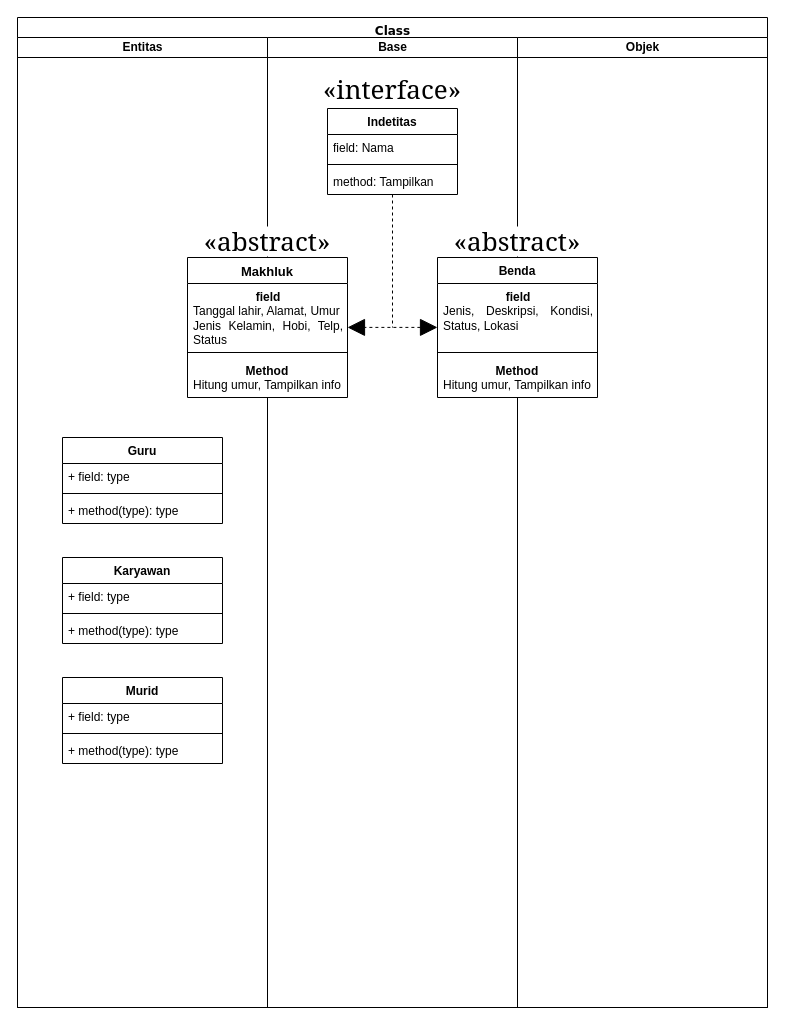
Above: Program UAS/Relasi Class.drawio in Hidayadie/Program-si-sharp (draw.io), before the change. Source tidied: cells renumbered, new cells numbered last; positions are measured from the earlier drawing's top-left corner, leaving out a move shared by most shapes. Both pictures are drawn from the tidied source at 100%, with x=0, y=0 at pixel (17, 17).
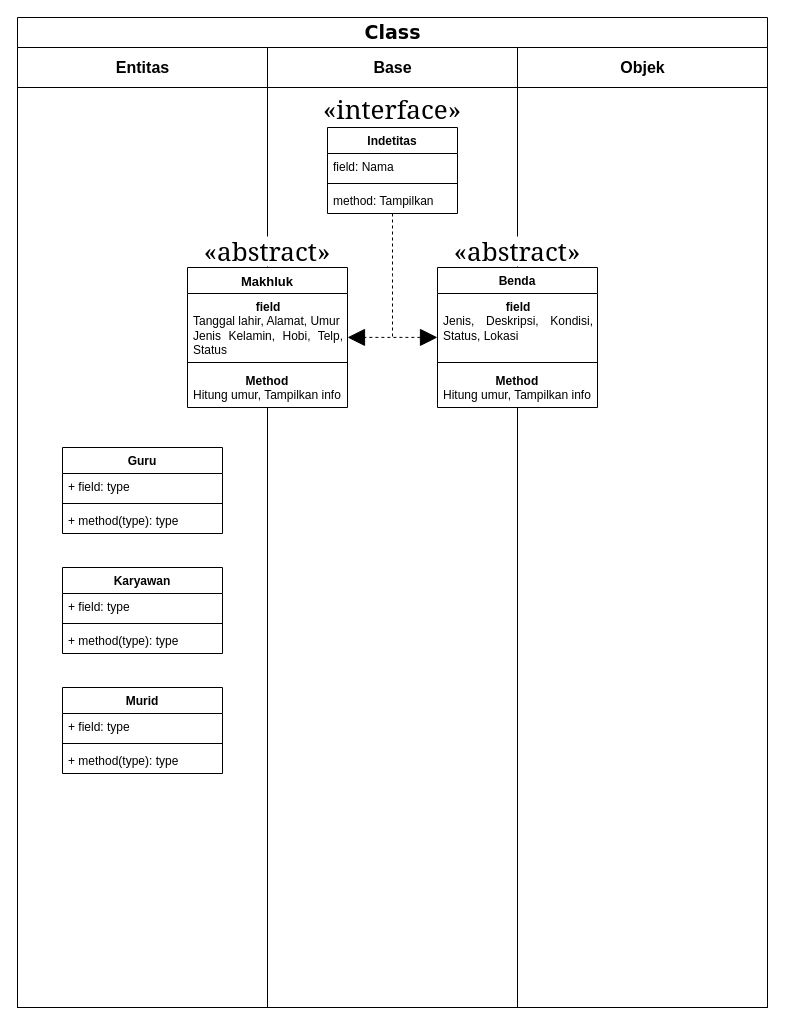
After the change.

The edit, as a diff of the source:
```diff
@@
-    <mxCell id="2" value="Class" style="swimlane;html=1;startSize=20;rounded=0;shadow=0;comic=0;labelBackgroundColor=none;strokeWidth=1;fontFamily=Verdana;fontSize=12;align=center;verticalAlign=top;" parent="1" vertex="1">
+    <mxCell id="2" value="&lt;font style=&quot;font-size: 19px;&quot;&gt;Class&lt;/font&gt;" style="swimlane;html=1;startSize=30;rounded=0;shadow=0;comic=0;labelBackgroundColor=none;strokeWidth=1;fontFamily=Verdana;fontSize=12;align=center;verticalAlign=middle;" parent="1" vertex="1">
       <mxGeometry width="750" height="990" as="geometry" />
     </mxCell>
-    <mxCell id="3" value="Entitas" style="swimlane;html=1;startSize=20;" parent="2" vertex="1">
-      <mxGeometry y="20" width="250" height="970" as="geometry" />
+    <mxCell id="3" value="&lt;font style=&quot;font-size: 16px;&quot;&gt;Entitas&lt;/font&gt;" style="swimlane;html=1;startSize=40;" parent="2" vertex="1">
+      <mxGeometry y="30" width="250" height="960" as="geometry" />
     </mxCell>
@@
-    <mxCell id="16" value="Base" style="swimlane;html=1;startSize=20;" parent="2" vertex="1">
-      <mxGeometry x="250" y="20" width="250" height="970" as="geometry" />
+    <mxCell id="16" value="&lt;font style=&quot;font-size: 16px;&quot;&gt;Base&lt;/font&gt;" style="swimlane;html=1;startSize=40;" parent="2" vertex="1">
+      <mxGeometry x="250" y="30" width="250" height="960" as="geometry" />
     </mxCell>
     <mxCell id="17" value="«interface»" style="text;whiteSpace=wrap;html=1;fontFamily=Georgia;fontSize=26;align=center;" parent="16" vertex="1">
-      <mxGeometry x="35" y="30" width="180" height="50" as="geometry" />
+      <mxGeometry x="35" y="40" width="180" height="50" as="geometry" />
     </mxCell>
@@
-    <mxCell id="24" value="Objek" style="swimlane;html=1;startSize=20;" parent="2" vertex="1">
-      <mxGeometry x="500" y="20" width="250" height="970" as="geometry" />
+    <mxCell id="24" value="&lt;font style=&quot;font-size: 16px;&quot;&gt;Objek&lt;/font&gt;" style="swimlane;html=1;startSize=40;" parent="2" vertex="1">
+      <mxGeometry x="500" y="30" width="250" height="960" as="geometry" />
     </mxCell>
@@
     <mxCell id="30" style="edgeStyle=orthogonalEdgeStyle;rounded=0;jettySize=auto;html=1;exitX=0.5;exitY=1;exitDx=0;exitDy=0;dashed=1;startArrow=none;startFill=0;endArrow=none;endFill=0;strokeWidth=1;curved=0;shadow=0;flowAnimation=0;jumpStyle=none;sourcePerimeterSpacing=0;targetPerimeterSpacing=0;endSize=15;startSize=6;" parent="1" edge="1" source="31">
       <mxGeometry relative="1" as="geometry">
-        <mxPoint x="375" y="310" as="targetPoint" />
+        <mxPoint x="375" y="320" as="targetPoint" />
       </mxGeometry>
     </mxCell>
     <mxCell id="31" value="&lt;b&gt;Indetitas&lt;/b&gt;" style="swimlane;fontStyle=1;align=center;verticalAlign=top;horizontal=1;startSize=26;whiteSpace=wrap;html=1;" parent="1" vertex="1">
-      <mxGeometry x="310" y="91" width="130" height="86" as="geometry" />
+      <mxGeometry x="310" y="110" width="130" height="86" as="geometry" />
     </mxCell>
```
